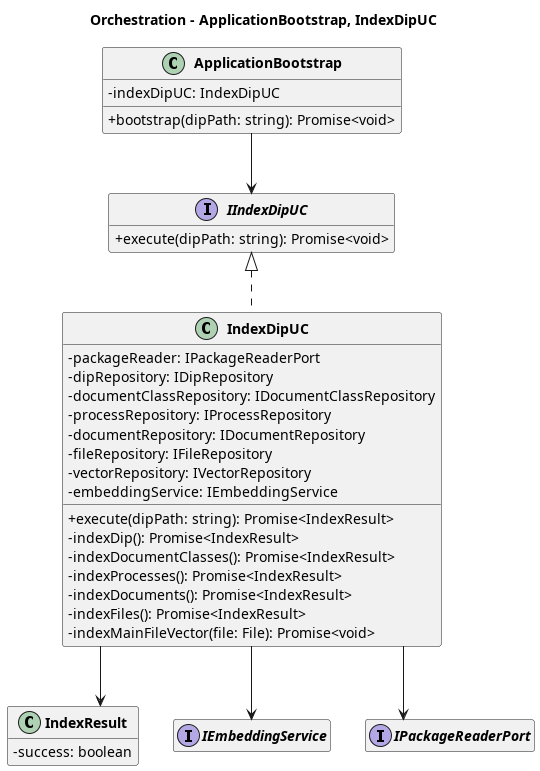
This is out/3_PB/DocumentiEsterni/DiagrammiSpecificaTecnica/C4/C4_Orchestration/Class Diagram - Main Indexing Flow - Orchestration.png from 7-ZPUs/Docs, a PlantUML export, as it was before one commit.
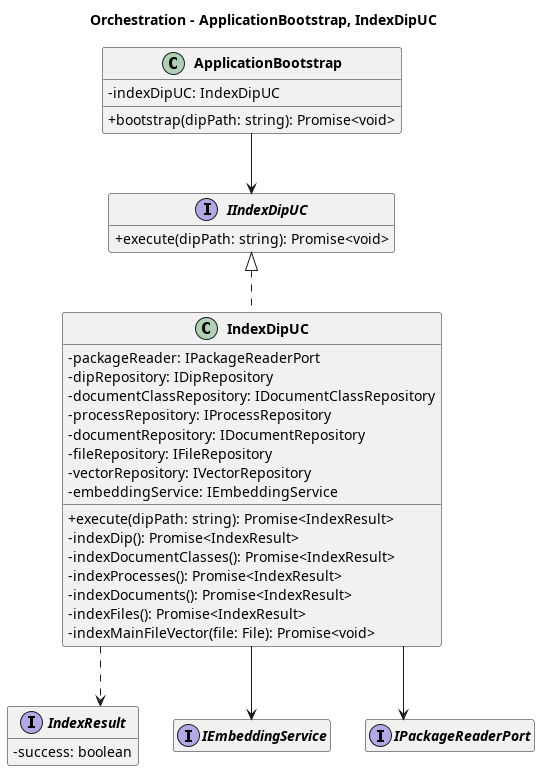
The same file after the commit.

Change to the diagram source:
```diff
@@ -37,7 +37,7 @@
      - indexMainFileVector(file: File): Promise<void>
   }
 
-  class IndexResult{
+  interface IndexResult{
      - success: boolean
   }
 
@@ -48,5 +48,5 @@
 ApplicationBootstrap --> IIndexDipUC
 IndexDipUC --> IPackageReaderPort
 IndexDipUC --> IEmbeddingService
-IndexDipUC --> IndexResult
+IndexDipUC ..> IndexResult
 @enduml
```
